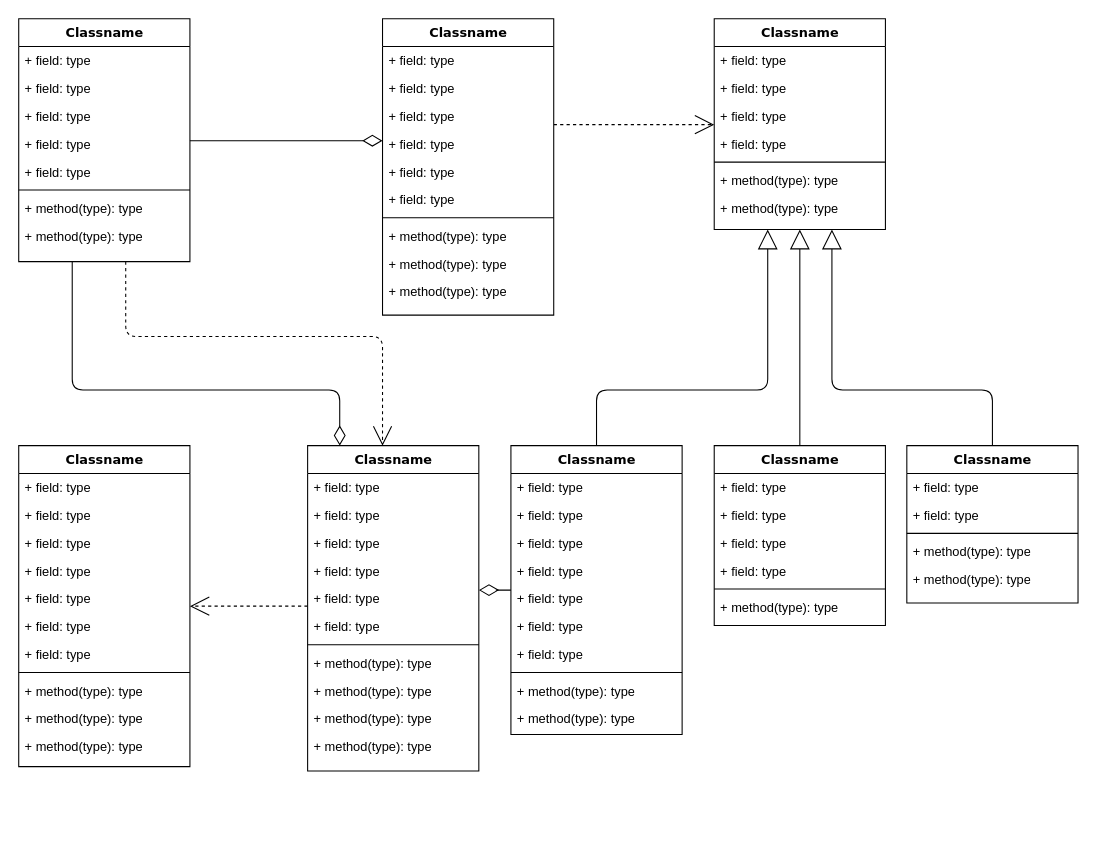
The draw.io diagram doc/詳細設計/名称未設定ファイル.drawio in omoikanelulu/koto_koto, before the edit. Source tidied: cells renumbered, new cells numbered last; positions are measured from the earlier drawing's top-left corner, leaving out a move shared by most shapes. Both pictures are drawn from the tidied source at 107%, with x=0, y=0 at pixel (18, 18).
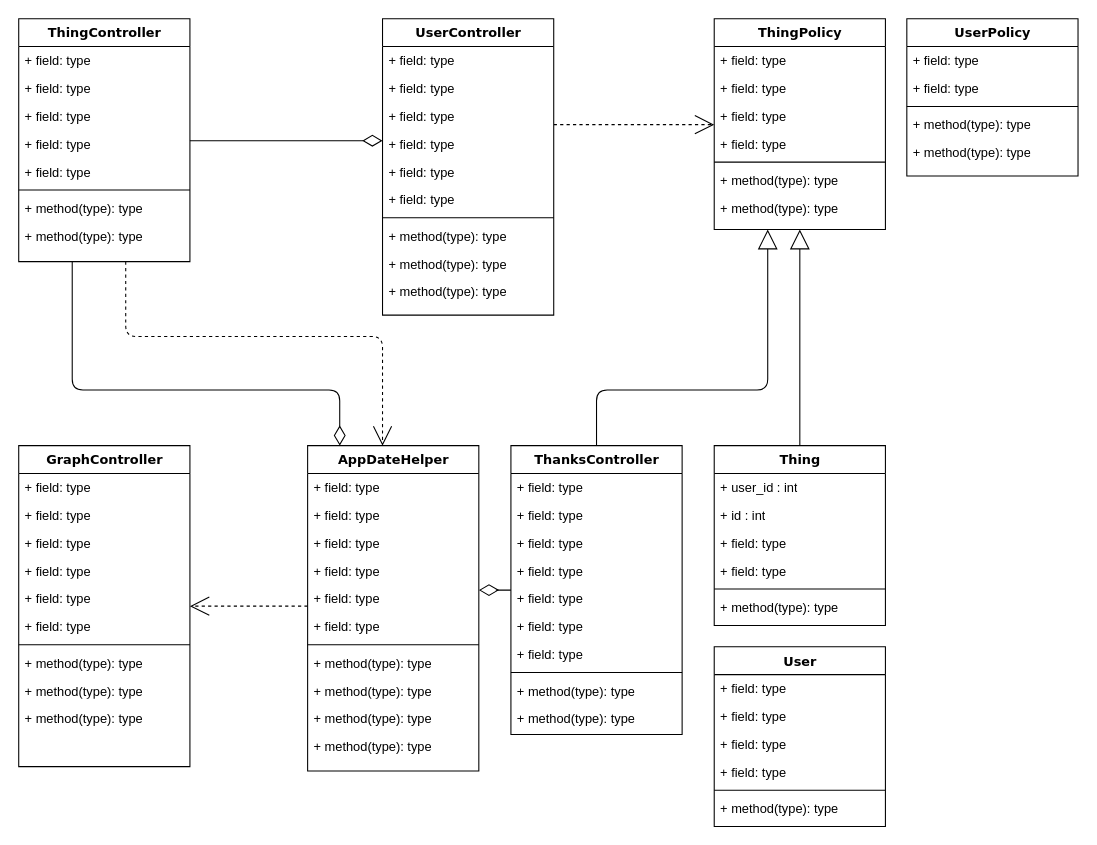
After the change.

Commit message:
クラス名を記述

Diff of the diagram source:
```diff
@@
-    <mxCell id="4" value="Classname" style="swimlane;html=1;fontStyle=1;align=center;verticalAlign=top;horizontal=1;startSize=26;swimlaneFillColor=#ffffff;rounded=0;shadow=0;comic=0;labelBackgroundColor=none;strokeWidth=1;fillColor=none;fontFamily=Verdana;fontSize=12;" parent="1" vertex="1">
+    <mxCell id="4" value="ThingController" style="swimlane;html=1;fontStyle=1;align=center;verticalAlign=top;horizontal=1;startSize=26;swimlaneFillColor=#ffffff;rounded=0;shadow=0;comic=0;labelBackgroundColor=none;strokeWidth=1;fillColor=none;fontFamily=Verdana;fontSize=12;" parent="1" vertex="1">
       <mxGeometry width="160" height="227" as="geometry" />
     </mxCell>
@@
-    <mxCell id="14" value="Classname" style="swimlane;html=1;fontStyle=1;align=center;verticalAlign=top;horizontal=1;startSize=26;swimlaneFillColor=#ffffff;rounded=0;shadow=0;comic=0;labelBackgroundColor=none;strokeWidth=1;fillColor=none;fontFamily=Verdana;fontSize=12;" parent="1" vertex="1">
+    <mxCell id="14" value="UserController" style="swimlane;html=1;fontStyle=1;align=center;verticalAlign=top;horizontal=1;startSize=26;swimlaneFillColor=#ffffff;rounded=0;shadow=0;comic=0;labelBackgroundColor=none;strokeWidth=1;fillColor=none;fontFamily=Verdana;fontSize=12;" parent="1" vertex="1">
       <mxGeometry x="340" width="160" height="277" as="geometry" />
     </mxCell>
@@
-    <mxCell id="25" value="Classname" style="swimlane;html=1;fontStyle=1;align=center;verticalAlign=top;horizontal=1;startSize=26;swimlaneFillColor=#ffffff;rounded=0;shadow=0;comic=0;labelBackgroundColor=none;strokeWidth=1;fillColor=none;fontFamily=Verdana;fontSize=12;" parent="1" vertex="1">
+    <mxCell id="25" value="ThingPolicy" style="swimlane;html=1;fontStyle=1;align=center;verticalAlign=top;horizontal=1;startSize=26;swimlaneFillColor=#ffffff;rounded=0;shadow=0;comic=0;labelBackgroundColor=none;strokeWidth=1;fillColor=none;fontFamily=Verdana;fontSize=12;" parent="1" vertex="1">
       <mxGeometry x="650" width="160" height="197" as="geometry" />
     </mxCell>
@@
-    <mxCell id="34" value="Classname" style="swimlane;html=1;fontStyle=1;align=center;verticalAlign=top;horizontal=1;startSize=26;swimlaneFillColor=#ffffff;rounded=0;shadow=0;comic=0;labelBackgroundColor=none;strokeWidth=1;fillColor=none;fontFamily=Verdana;fontSize=12;" parent="1" vertex="1">
+    <mxCell id="34" value="GraphController" style="swimlane;html=1;fontStyle=1;align=center;verticalAlign=top;horizontal=1;startSize=26;swimlaneFillColor=#ffffff;rounded=0;shadow=0;comic=0;labelBackgroundColor=none;strokeWidth=1;fillColor=none;fontFamily=Verdana;fontSize=12;" parent="1" vertex="1">
       <mxGeometry y="399" width="160" height="300" as="geometry" />
     </mxCell>
@@
-    <mxCell id="36" value="+ field: type" style="text;html=1;strokeColor=none;fillColor=none;align=left;verticalAlign=top;spacingLeft=4;spacingRight=4;whiteSpace=wrap;overflow=hidden;" parent="34" vertex="1">
-      <mxGeometry y="52" width="160" height="26" as="geometry" />
-    </mxCell>
     <mxCell id="37" value="+ field: type" style="text;html=1;strokeColor=none;fillColor=none;align=left;verticalAlign=top;spacingLeft=4;spacingRight=4;whiteSpace=wrap;overflow=hidden;" parent="34" vertex="1">
-      <mxGeometry y="78" width="160" height="26" as="geometry" />
+      <mxGeometry y="52" width="160" height="26" as="geometry" />
     </mxCell>
     <mxCell id="38" value="+ field: type" style="text;html=1;strokeColor=none;fillColor=none;align=left;verticalAlign=top;spacingLeft=4;spacingRight=4;whiteSpace=wrap;overflow=hidden;" parent="34" vertex="1">
-      <mxGeometry y="104" width="160" height="26" as="geometry" />
+      <mxGeometry y="78" width="160" height="26" as="geometry" />
     </mxCell>
     <mxCell id="39" value="+ field: type" style="text;html=1;strokeColor=none;fillColor=none;align=left;verticalAlign=top;spacingLeft=4;spacingRight=4;whiteSpace=wrap;overflow=hidden;" parent="34" vertex="1">
-      <mxGeometry y="130" width="160" height="26" as="geometry" />
+      <mxGeometry y="104" width="160" height="26" as="geometry" />
     </mxCell>
     <mxCell id="40" value="+ field: type" style="text;html=1;strokeColor=none;fillColor=none;align=left;verticalAlign=top;spacingLeft=4;spacingRight=4;whiteSpace=wrap;overflow=hidden;" parent="34" vertex="1">
-      <mxGeometry y="156" width="160" height="26" as="geometry" />
+      <mxGeometry y="130" width="160" height="26" as="geometry" />
     </mxCell>
     <mxCell id="41" value="+ field: type" style="text;html=1;strokeColor=none;fillColor=none;align=left;verticalAlign=top;spacingLeft=4;spacingRight=4;whiteSpace=wrap;overflow=hidden;" parent="34" vertex="1">
-      <mxGeometry y="182" width="160" height="26" as="geometry" />
+      <mxGeometry y="156" width="160" height="26" as="geometry" />
     </mxCell>
     <mxCell id="42" style="line;html=1;strokeWidth=1;fillColor=none;align=left;verticalAlign=middle;spacingTop=-1;spacingLeft=3;spacingRight=3;labelPosition=right;" parent="34" vertex="1">
-      <mxGeometry y="208" width="160" height="8" as="geometry" />
+      <mxGeometry y="182" width="160" height="8" as="geometry" />
     </mxCell>
     <mxCell id="43" value="+ method(type): type" style="text;html=1;strokeColor=none;fillColor=none;align=left;verticalAlign=top;spacingLeft=4;spacingRight=4;whiteSpace=wrap;overflow=hidden;" parent="34" vertex="1">
-      <mxGeometry y="216" width="160" height="26" as="geometry" />
+      <mxGeometry y="190" width="160" height="26" as="geometry" />
     </mxCell>
     <mxCell id="44" value="+ method(type): type" style="text;html=1;strokeColor=none;fillColor=none;align=left;verticalAlign=top;spacingLeft=4;spacingRight=4;whiteSpace=wrap;overflow=hidden;" parent="34" vertex="1">
-      <mxGeometry y="242" width="160" height="26" as="geometry" />
+      <mxGeometry y="216" width="160" height="26" as="geometry" />
     </mxCell>
     <mxCell id="45" value="+ method(type): type" style="text;html=1;strokeColor=none;fillColor=none;align=left;verticalAlign=top;spacingLeft=4;spacingRight=4;whiteSpace=wrap;overflow=hidden;" parent="34" vertex="1">
-      <mxGeometry y="268" width="160" height="26" as="geometry" />
+      <mxGeometry y="242" width="160" height="26" as="geometry" />
     </mxCell>
@@
-    <mxCell id="47" value="Classname" style="swimlane;html=1;fontStyle=1;align=center;verticalAlign=top;horizontal=1;startSize=26;swimlaneFillColor=#ffffff;rounded=0;shadow=0;comic=0;labelBackgroundColor=none;strokeWidth=1;fillColor=none;fontFamily=Verdana;fontSize=12;" parent="1" vertex="1">
+    <mxCell id="47" value="AppDateHelper" style="swimlane;html=1;fontStyle=1;align=center;verticalAlign=top;horizontal=1;startSize=26;swimlaneFillColor=#ffffff;rounded=0;shadow=0;comic=0;labelBackgroundColor=none;strokeWidth=1;fillColor=none;fontFamily=Verdana;fontSize=12;" parent="1" vertex="1">
       <mxGeometry x="270" y="399" width="160" height="304" as="geometry" />
     </mxCell>
@@
-    <mxCell id="60" value="Classname" style="swimlane;html=1;fontStyle=1;align=center;verticalAlign=top;horizontal=1;startSize=26;swimlaneFillColor=#ffffff;rounded=0;shadow=0;comic=0;labelBackgroundColor=none;strokeWidth=1;fillColor=none;fontFamily=Verdana;fontSize=12;" parent="1" vertex="1">
+    <mxCell id="60" value="ThanksController" style="swimlane;html=1;fontStyle=1;align=center;verticalAlign=top;horizontal=1;startSize=26;swimlaneFillColor=#ffffff;rounded=0;shadow=0;comic=0;labelBackgroundColor=none;strokeWidth=1;fillColor=none;fontFamily=Verdana;fontSize=12;" parent="1" vertex="1">
       <mxGeometry x="460" y="399" width="160" height="270" as="geometry" />
     </mxCell>
@@
-    <mxCell id="72" value="Classname" style="swimlane;html=1;fontStyle=1;align=center;verticalAlign=top;horizontal=1;startSize=26;swimlaneFillColor=#ffffff;rounded=0;shadow=0;comic=0;labelBackgroundColor=none;strokeWidth=1;fillColor=none;fontFamily=Verdana;fontSize=12;" parent="1" vertex="1">
+    <mxCell id="72" value="Thing" style="swimlane;html=1;fontStyle=1;align=center;verticalAlign=top;horizontal=1;startSize=26;swimlaneFillColor=#ffffff;rounded=0;shadow=0;comic=0;labelBackgroundColor=none;strokeWidth=1;fillColor=none;fontFamily=Verdana;fontSize=12;" parent="1" vertex="1">
       <mxGeometry x="650" y="399" width="160" height="168" as="geometry" />
     </mxCell>
-    <mxCell id="73" value="+ field: type" style="text;html=1;strokeColor=none;fillColor=none;align=left;verticalAlign=top;spacingLeft=4;spacingRight=4;whiteSpace=wrap;overflow=hidden;" parent="72" vertex="1">
+    <mxCell id="73" value="+ user_id : int" style="text;html=1;strokeColor=none;fillColor=none;align=left;verticalAlign=top;spacingLeft=4;spacingRight=4;whiteSpace=wrap;overflow=hidden;" parent="72" vertex="1">
       <mxGeometry y="26" width="160" height="26" as="geometry" />
     </mxCell>
-    <mxCell id="74" value="+ field: type" style="text;html=1;strokeColor=none;fillColor=none;align=left;verticalAlign=top;spacingLeft=4;spacingRight=4;whiteSpace=wrap;overflow=hidden;" parent="72" vertex="1">
+    <mxCell id="74" value="+ id : int" style="text;html=1;strokeColor=none;fillColor=none;align=left;verticalAlign=top;spacingLeft=4;spacingRight=4;whiteSpace=wrap;overflow=hidden;" parent="72" vertex="1">
       <mxGeometry y="52" width="160" height="26" as="geometry" />
     </mxCell>
@@
-    <mxCell id="79" style="edgeStyle=orthogonalEdgeStyle;html=1;labelBackgroundColor=none;startFill=0;startSize=8;endArrow=block;endFill=0;endSize=16;fontFamily=Verdana;fontSize=12;" parent="1" edge="1" source="80" target="25">
-      <mxGeometry relative="1" as="geometry">
-        <Array as="points">
-          <mxPoint x="910" y="347" />
-          <mxPoint x="760" y="347" />
-        </Array>
-      </mxGeometry>
-    </mxCell>
-    <mxCell id="80" value="Classname" style="swimlane;html=1;fontStyle=1;align=center;verticalAlign=top;horizontal=1;startSize=26;swimlaneFillColor=#ffffff;rounded=0;shadow=0;comic=0;labelBackgroundColor=none;strokeWidth=1;fillColor=none;fontFamily=Verdana;fontSize=12;" parent="1" vertex="1">
-      <mxGeometry x="830" y="399" width="160" height="147" as="geometry" />
+    <mxCell id="80" value="UserPolicy" style="swimlane;html=1;fontStyle=1;align=center;verticalAlign=top;horizontal=1;startSize=26;swimlaneFillColor=#ffffff;rounded=0;shadow=0;comic=0;labelBackgroundColor=none;strokeWidth=1;fillColor=none;fontFamily=Verdana;fontSize=12;" parent="1" vertex="1">
+      <mxGeometry x="830" width="160" height="147" as="geometry" />
     </mxCell>
@@
+    <mxCell id="87" value="User" style="swimlane;html=1;fontStyle=1;align=center;verticalAlign=top;horizontal=1;startSize=26;swimlaneFillColor=#ffffff;rounded=0;shadow=0;comic=0;labelBackgroundColor=none;strokeWidth=1;fillColor=none;fontFamily=Verdana;fontSize=12;" parent="1" vertex="1">
+      <mxGeometry x="650" y="587" width="160" height="168" as="geometry" />
+    </mxCell>
+    <mxCell id="88" value="+ field: type" style="text;html=1;strokeColor=none;fillColor=none;align=left;verticalAlign=top;spacingLeft=4;spacingRight=4;whiteSpace=wrap;overflow=hidden;" parent="87" vertex="1">
+      <mxGeometry y="26" width="160" height="26" as="geometry" />
+    </mxCell>
+    <mxCell id="36" value="+ field: type" style="text;html=1;strokeColor=none;fillColor=none;align=left;verticalAlign=top;spacingLeft=4;spacingRight=4;whiteSpace=wrap;overflow=hidden;" parent="87" vertex="1">
+      <mxGeometry y="52" width="160" height="26" as="geometry" />
+    </mxCell>
+    <mxCell id="89" value="+ field: type" style="text;html=1;strokeColor=none;fillColor=none;align=left;verticalAlign=top;spacingLeft=4;spacingRight=4;whiteSpace=wrap;overflow=hidden;" parent="87" vertex="1">
+      <mxGeometry y="78" width="160" height="26" as="geometry" />
+    </mxCell>
+    <mxCell id="90" value="+ field: type" style="text;html=1;strokeColor=none;fillColor=none;align=left;verticalAlign=top;spacingLeft=4;spacingRight=4;whiteSpace=wrap;overflow=hidden;" parent="87" vertex="1">
+      <mxGeometry y="104" width="160" height="26" as="geometry" />
+    </mxCell>
+    <mxCell id="91" style="line;html=1;strokeWidth=1;fillColor=none;align=left;verticalAlign=middle;spacingTop=-1;spacingLeft=3;spacingRight=3;labelPosition=right;" parent="87" vertex="1">
+      <mxGeometry y="130" width="160" height="8" as="geometry" />
+    </mxCell>
+    <mxCell id="92" value="+ method(type): type" style="text;html=1;strokeColor=none;fillColor=none;align=left;verticalAlign=top;spacingLeft=4;spacingRight=4;whiteSpace=wrap;overflow=hidden;" parent="87" vertex="1">
+      <mxGeometry y="138" width="160" height="26" as="geometry" />
+    </mxCell>
```
